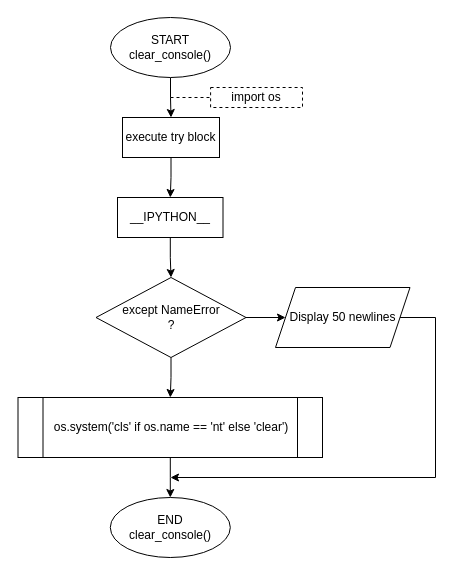
Earlier version of the draw.io diagram Flow Charts/clear_console.drawio (SNGTech/CPPSProject). Source tidied: cells renumbered, new cells numbered last; positions are measured from the earlier drawing's top-left corner, leaving out a move shared by most shapes. Both pictures are drawn from the tidied source at 100%, with x=0, y=0 at pixel (17, 17).
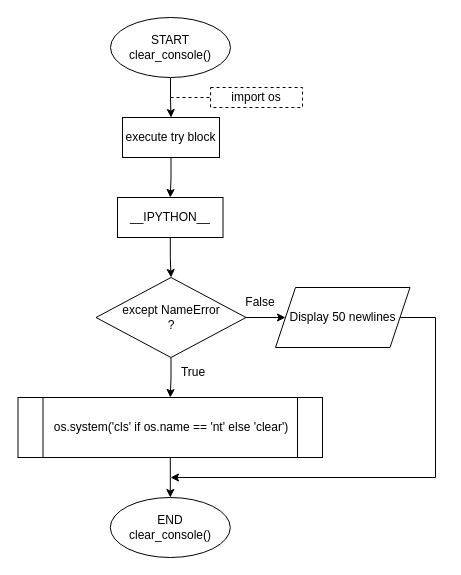
Above is the later version.

What changed in the source:
```diff
@@
+    <mxCell id="18" value="False" style="text;html=1;strokeColor=none;fillColor=none;align=center;verticalAlign=middle;whiteSpace=wrap;rounded=0;" parent="1" vertex="1">
+      <mxGeometry x="213" y="270" width="60" height="30" as="geometry" />
+    </mxCell>
+    <mxCell id="19" value="True" style="text;html=1;strokeColor=none;fillColor=none;align=center;verticalAlign=middle;whiteSpace=wrap;rounded=0;" parent="1" vertex="1">
+      <mxGeometry x="145.5" y="340" width="60" height="30" as="geometry" />
+    </mxCell>
```
